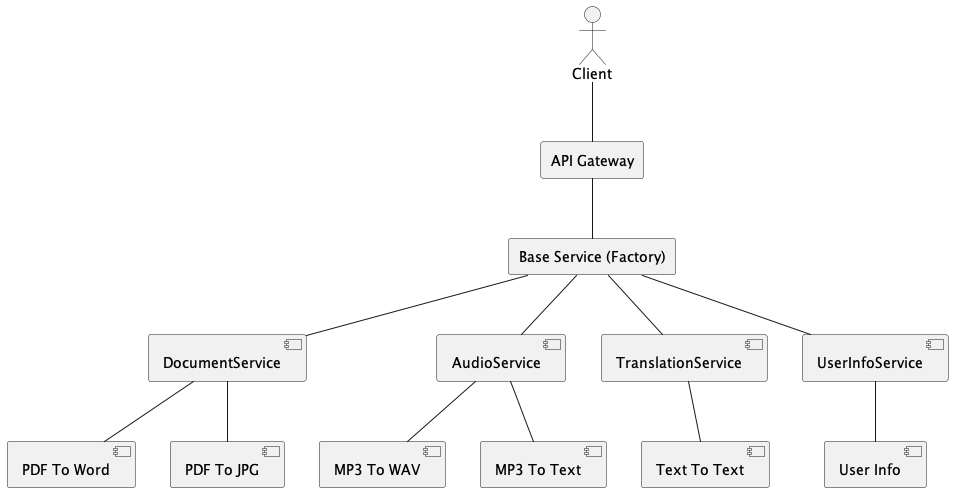
The PlantUML diagram docs/diagrams/renders/System Architecture Diagram.png in andresacg30/it-services, before a commit.
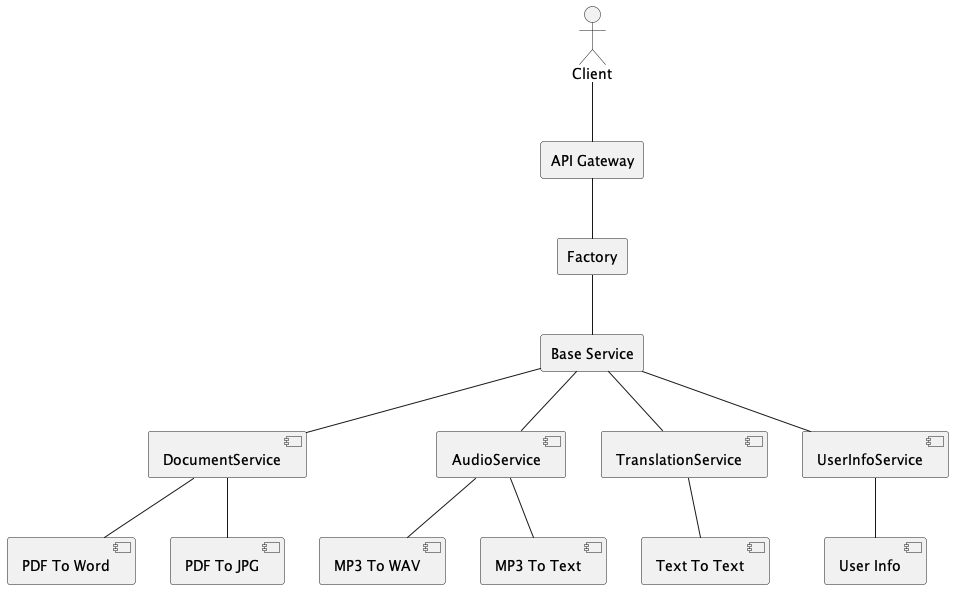
Above is the later version.

The edit, as a diff of the source:
```diff
@@ -2,10 +2,12 @@
 
 "Client" as client
 rectangle "API Gateway" as gateway
-rectangle "Base Service (Factory)" as base_service
+rectangle "Base Service" as base_service
+rectangle "Factory" as factory
 
 client -- gateway
-gateway -- base_service
+gateway -- factory
+factory -- base_service
 base_service -- [DocumentService]
 base_service -- [AudioService]
 base_service -- [TranslationService]
```
